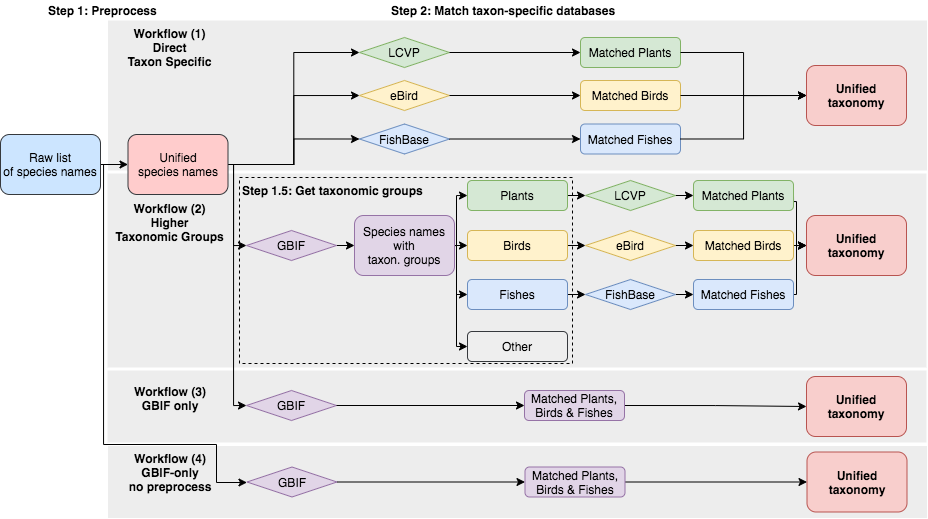
Earlier version of the draw.io export figures/fig5_alternative_workflow.png (Rekyt/taxo_harmonization). Source tidied: cells renumbered, new cells last; positions are measured from the earlier drawing's top-left corner, leaving out a move shared by most shapes.
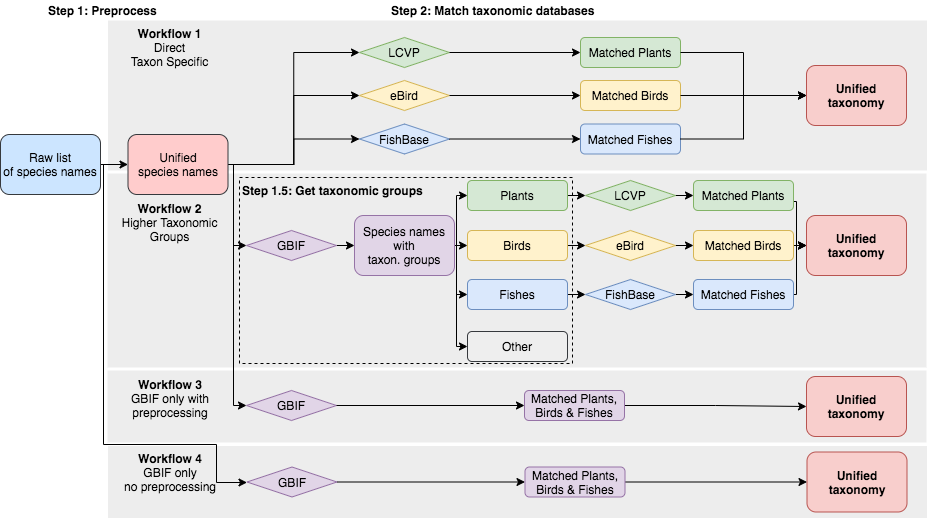
Above is the later version.

Commit message:
Update workflow display name and name of step 2

Diff of the diagram source:
```diff
@@ -62,7 +62,7 @@
     <mxCell id="15" value="Step 1: Preprocess" style="text;html=1;strokeColor=none;fillColor=none;align=left;verticalAlign=middle;whiteSpace=wrap;rounded=0;fontStyle=1;" parent="1" vertex="1">
       <mxGeometry x="46" width="120" height="20" as="geometry" />
     </mxCell>
-    <mxCell id="16" value="Step 2: Match taxon-specific databases" style="text;html=1;strokeColor=none;fillColor=none;align=left;verticalAlign=middle;whiteSpace=wrap;rounded=0;fontStyle=1;" parent="1" vertex="1">
+    <mxCell id="16" value="Step 2: Match taxonomic databases" style="text;html=1;strokeColor=none;fillColor=none;align=left;verticalAlign=middle;whiteSpace=wrap;rounded=0;fontStyle=1;" parent="1" vertex="1">
       <mxGeometry x="388.5" width="256" height="20" as="geometry" />
     </mxCell>
     <mxCell id="17" style="edgeStyle=orthogonalEdgeStyle;rounded=0;jettySize=auto;html=1;exitX=1;exitY=0.5;exitDx=0;exitDy=0;entryX=0;entryY=0.5;entryDx=0;entryDy=0;" parent="1" edge="1" source="24" target="22">
@@ -247,16 +247,16 @@
     <mxCell id="68" value="Unified&lt;br&gt;species names" style="rounded=1;whiteSpace=wrap;html=1;fillColor=#ffcccc;strokeColor=#36393d;" parent="1" vertex="1">
       <mxGeometry x="127.5" y="134" width="100" height="60" as="geometry" />
     </mxCell>
-    <mxCell id="69" value="&lt;b&gt;Workflow (4) GBIF-only&lt;br&gt;no preprocess&lt;/b&gt;" style="text;html=1;strokeColor=none;fillColor=none;align=center;verticalAlign=middle;whiteSpace=wrap;rounded=0;dashed=1;" parent="1" vertex="1">
+    <mxCell id="69" value="&lt;b&gt;Workflow 4&lt;br&gt;&lt;/b&gt;GBIF only&lt;br&gt;no preprocessing" style="text;html=1;strokeColor=none;fillColor=none;align=center;verticalAlign=middle;whiteSpace=wrap;rounded=0;dashed=1;" parent="1" vertex="1">
       <mxGeometry x="120" y="451.5" width="100" height="41" as="geometry" />
     </mxCell>
-    <mxCell id="70" value="&lt;b&gt;Workflow (3)&lt;br&gt;GBIF only&lt;br&gt;&lt;/b&gt;" style="text;html=1;strokeColor=none;fillColor=none;align=center;verticalAlign=middle;whiteSpace=wrap;rounded=0;dashed=1;" parent="1" vertex="1">
+    <mxCell id="70" value="&lt;b&gt;Workflow 3&lt;/b&gt;&lt;br&gt;GBIF only with preprocessing" style="text;html=1;strokeColor=none;fillColor=none;align=center;verticalAlign=middle;whiteSpace=wrap;rounded=0;dashed=1;" parent="1" vertex="1">
       <mxGeometry x="119.5" y="376" width="100" height="44" as="geometry" />
     </mxCell>
-    <mxCell id="71" value="&lt;b&gt;Workflow (2)&lt;br&gt;Higher&lt;br&gt;Taxonomic Groups&lt;/b&gt;&lt;b&gt;&lt;br&gt;&lt;/b&gt;" style="text;html=1;strokeColor=none;fillColor=none;align=center;verticalAlign=middle;whiteSpace=wrap;rounded=0;dashed=1;" parent="1" vertex="1">
+    <mxCell id="71" value="&lt;b&gt;Workflow 2&lt;br&gt;&lt;/b&gt;Higher Taxonomic Groups" style="text;html=1;strokeColor=none;fillColor=none;align=center;verticalAlign=middle;whiteSpace=wrap;rounded=0;dashed=1;" parent="1" vertex="1">
       <mxGeometry x="113" y="200" width="113" height="44" as="geometry" />
     </mxCell>
-    <mxCell id="72" value="&lt;b&gt;Workflow (1) Direct&lt;br&gt;Taxon Specific&lt;/b&gt;" style="text;html=1;strokeColor=none;fillColor=none;align=center;verticalAlign=middle;whiteSpace=wrap;rounded=0;dashed=1;" parent="1" vertex="1">
+    <mxCell id="72" value="&lt;b&gt;Workflow 1 &lt;/b&gt;Direct&lt;br&gt;Taxon Specific" style="text;html=1;strokeColor=none;fillColor=none;align=center;verticalAlign=middle;whiteSpace=wrap;rounded=0;dashed=1;" parent="1" vertex="1">
       <mxGeometry x="122" y="27" width="95" height="40" as="geometry" />
     </mxCell>
   </root>
```
